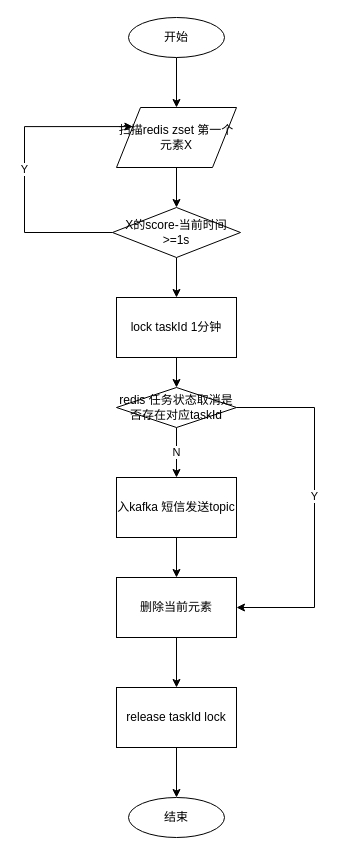
This is 短信任务扫描逻辑.drawio from hack0303/draw.io-store, a draw.io file, before an edit. Source tidied: cells renumbered, new cells numbered last; positions are measured from the earlier drawing's top-left corner, leaving out a move shared by most shapes. Both pictures are drawn from the tidied source at 100%, with x=0, y=0 at pixel (24, 17).
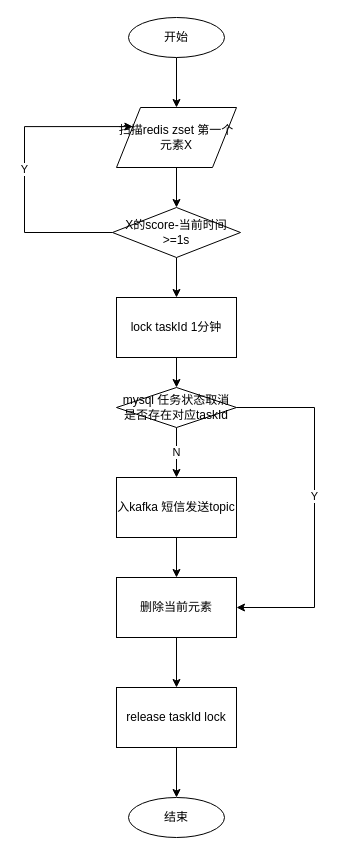
The same diagram, later.

Commit message (it also covers changes not shown here):
Update 短信任务扫描逻辑.drawio

The edit, as a diff of the source:
```diff
@@
-    <mxCell id="21" value="redis 任务状态取消是否存在对应taskId" style="rhombus;whiteSpace=wrap;html=1;" parent="1" vertex="1">
+    <mxCell id="21" value="mysql 任务状态取消是否存在对应taskId" style="rhombus;whiteSpace=wrap;html=1;" parent="1" vertex="1">
       <mxGeometry x="92" y="370" width="120" height="40" as="geometry" />
     </mxCell>
```
